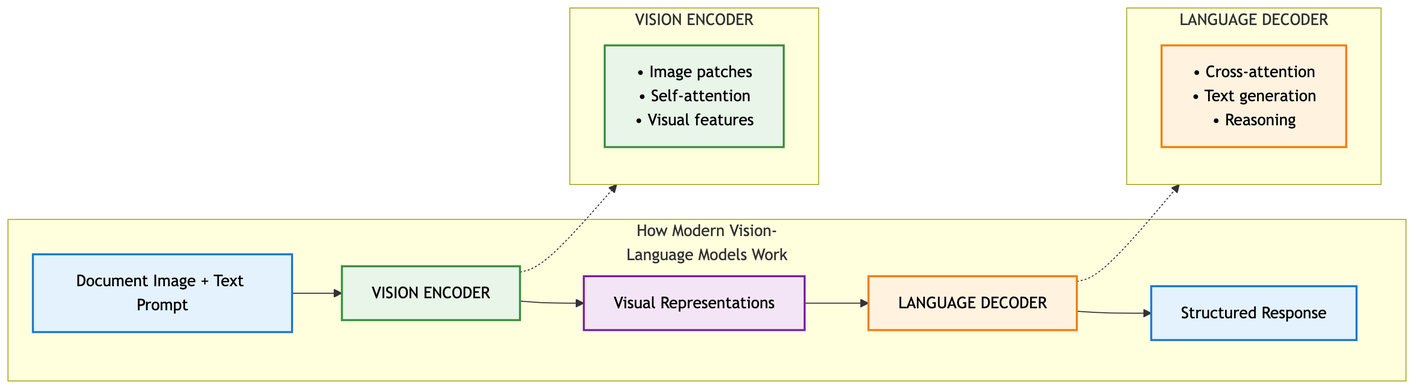
Above: presentation_materials/presentation_diagrams/mermaid_exports/Encoder_Decoder_Architecture.png in tmnestor/unified_vision_processor_minimal (Mermaid), before the change. Its source is kept beside it as presentation_materials/presentation_diagrams/mermaid_exports/Encoder_Decoder_Architecture.mmd.
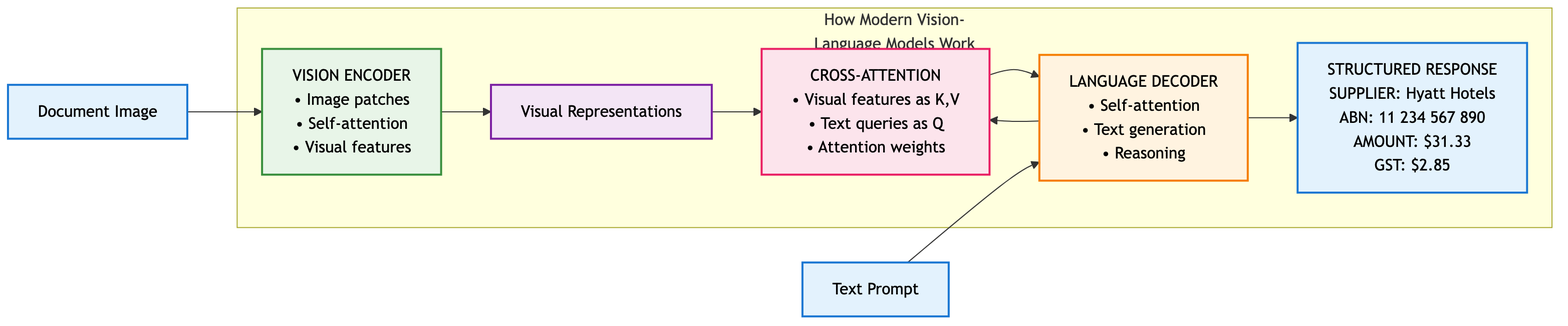
Above is the later version.

Commit message:
✨ feat: update diagrams and presentation materials for Vision-Language Models, enhancing clarity and detail in the architecture representations

The edit, as a diff of the source:
```diff
@@ -1,29 +1,24 @@
 flowchart LR
     subgraph main ["How Modern Vision-Language Models Work"]
-        direction TB
-        A[Document Image + Text Prompt] --> B[VISION ENCODER]
-        B --> C[Visual Representations]
-        C --> D[LANGUAGE DECODER]
-        D --> E[Structured Response]
+        direction LR
+        B["VISION ENCODER<br/>• Image patches<br/>• Self-attention<br/>• Visual features"] --> C[Visual Representations]
+        C --> G["CROSS-ATTENTION<br/>• Visual features as K,V<br/>• Text queries as Q<br/>• Attention weights"]
+        D["LANGUAGE DECODER<br/>• Self-attention<br/>• Text generation<br/>• Reasoning"] --> G
+        G --> D
+        D --> E["STRUCTURED RESPONSE<br/>SUPPLIER: Hyatt Hotels<br/>ABN: 11 234 567 890<br/>AMOUNT: $31.33<br/>GST: $2.85"]
     end
 
-    subgraph encoder ["VISION ENCODER"]
-        B1[• Image patches<br/>• Self-attention<br/>• Visual features]
-    end
-
-    subgraph decoder ["LANGUAGE DECODER"]
-        D1[• Cross-attention<br/>• Text generation<br/>• Reasoning]
-    end
-
-    B -.-> encoder
-    D -.-> decoder
+    A[Document Image] --> B
+    F[Text Prompt] --> D
 
     classDef inputOutput fill:#e3f2fd,stroke:#1976d2,stroke-width:2px,color:#000
     classDef encoder fill:#e8f5e8,stroke:#388e3c,stroke-width:2px,color:#000
     classDef decoder fill:#fff3e0,stroke:#f57c00,stroke-width:2px,color:#000
     classDef intermediate fill:#f3e5f5,stroke:#7b1fa2,stroke-width:2px,color:#000
+    classDef crossattention fill:#fce4ec,stroke:#e91e63,stroke-width:2px,color:#000
 
-    class A,E inputOutput
+    class A,F,E inputOutput
     class B,B1 encoder
     class D,D1 decoder
     class C intermediate
+    class G,G1 crossattention
```
